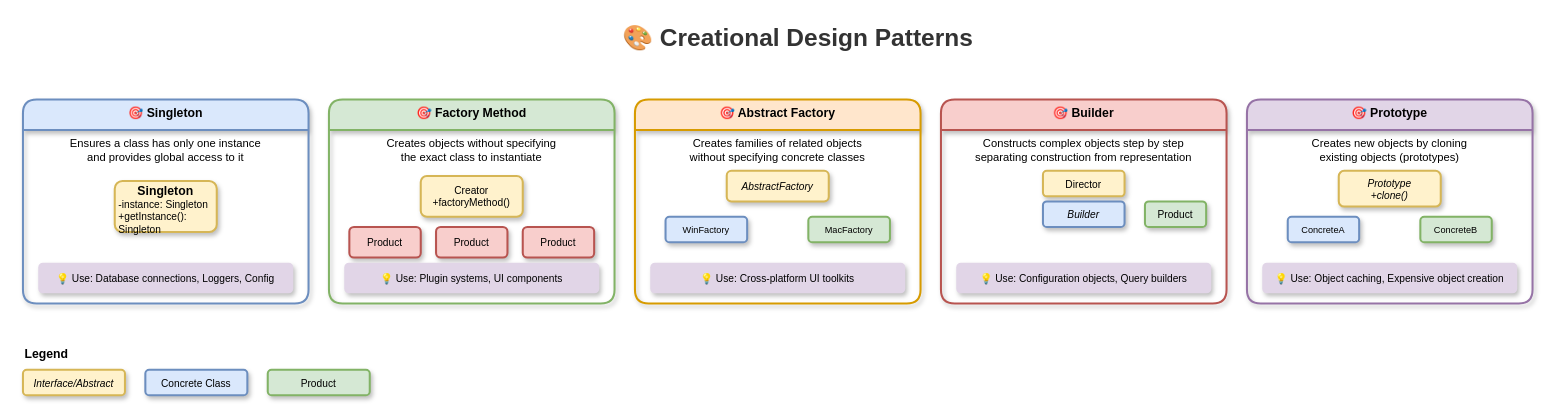
MrParkerZ7/document-lesson-software-architect-x-claude keeps this draw.io diagram as lesson-01-software-design-architecture/01-design-patterns/1.1-creational-patterns-overview.drawio. Above is the earlier version. Source tidied: cells renumbered, new cells numbered last; positions are measured from the earlier drawing's top-left corner, leaving out a move shared by most shapes. Both pictures are drawn from the tidied source at 102%, with x=0, y=0 at pixel (22, 17).
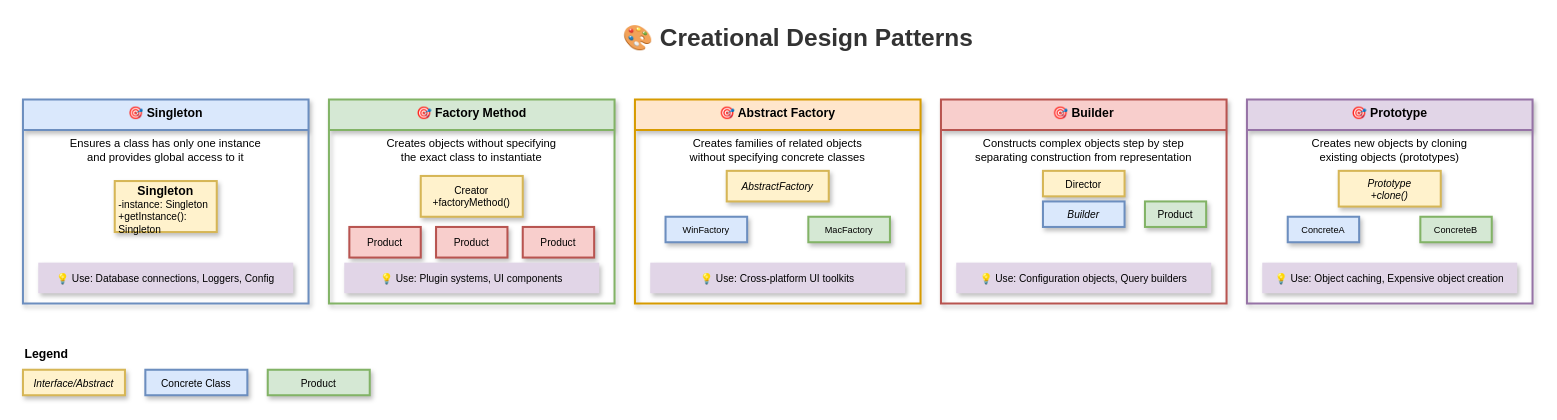
After the change.

The edit, as a diff of the source:
```diff
@@
-    <mxCell id="3" value="🎯 Singleton" style="swimlane;fontStyle=1;align=center;verticalAlign=top;horizontal=1;startSize=30;fillColor=#dae8fc;strokeColor=#6c8ebf;shadow=1;strokeWidth=2;rounded=1;" parent="1" vertex="1">
+    <mxCell id="3" value="🎯 Singleton" style="swimlane;fontStyle=1;align=center;verticalAlign=top;horizontal=1;startSize=30;fillColor=#dae8fc;strokeColor=#6c8ebf;shadow=1;strokeWidth=2;rounded=0;" parent="1" vertex="1">
       <mxGeometry y="80" width="280" height="200" as="geometry" />
     </mxCell>
@@
-    <mxCell id="5" style="rounded=1;whiteSpace=wrap;html=1;fillColor=#fff2cc;strokeColor=#d6b656;shadow=1;strokeWidth=2;" parent="3" vertex="1">
+    <mxCell id="5" style="rounded=0;whiteSpace=wrap;html=1;fillColor=#fff2cc;strokeColor=#d6b656;shadow=1;strokeWidth=2;" parent="3" vertex="1">
       <mxGeometry x="90" y="80" width="100" height="50" as="geometry" />
     </mxCell>
@@
-    <mxCell id="8" value="💡 Use: Database connections, Loggers, Config" style="text;html=1;strokeColor=none;fillColor=#e1d5e7;align=center;verticalAlign=middle;whiteSpace=wrap;rounded=1;fontSize=10;shadow=1;strokeWidth=2;" parent="3" vertex="1">
+    <mxCell id="8" value="💡 Use: Database connections, Loggers, Config" style="text;html=1;strokeColor=none;fillColor=#e1d5e7;align=center;verticalAlign=middle;whiteSpace=wrap;rounded=0;fontSize=10;shadow=1;strokeWidth=2;" parent="3" vertex="1">
       <mxGeometry x="15" y="160" width="250" height="30" as="geometry" />
     </mxCell>
-    <mxCell id="9" value="🎯 Factory Method" style="swimlane;fontStyle=1;align=center;verticalAlign=top;horizontal=1;startSize=30;fillColor=#d5e8d4;strokeColor=#82b366;shadow=1;strokeWidth=2;rounded=1;" parent="1" vertex="1">
+    <mxCell id="9" value="🎯 Factory Method" style="swimlane;fontStyle=1;align=center;verticalAlign=top;horizontal=1;startSize=30;fillColor=#d5e8d4;strokeColor=#82b366;shadow=1;strokeWidth=2;rounded=0;" parent="1" vertex="1">
       <mxGeometry x="300" y="80" width="280" height="200" as="geometry" />
     </mxCell>
@@
-    <mxCell id="11" value="Creator&#10;+factoryMethod()" style="rounded=1;whiteSpace=wrap;html=1;fillColor=#fff2cc;strokeColor=#d6b656;shadow=1;strokeWidth=2;fontSize=10;" parent="9" vertex="1">
+    <mxCell id="11" value="Creator&#10;+factoryMethod()" style="rounded=0;whiteSpace=wrap;html=1;fillColor=#fff2cc;strokeColor=#d6b656;shadow=1;strokeWidth=2;fontSize=10;" parent="9" vertex="1">
       <mxGeometry x="90" y="75" width="100" height="40" as="geometry" />
     </mxCell>
-    <mxCell id="12" value="Product" style="rounded=1;whiteSpace=wrap;html=1;fillColor=#f8cecc;strokeColor=#b85450;shadow=1;strokeWidth=2;fontSize=10;" parent="9" vertex="1">
+    <mxCell id="12" value="Product" style="rounded=0;whiteSpace=wrap;html=1;fillColor=#f8cecc;strokeColor=#b85450;shadow=1;strokeWidth=2;fontSize=10;" parent="9" vertex="1">
       <mxGeometry x="20" y="125" width="70" height="30" as="geometry" />
     </mxCell>
-    <mxCell id="13" value="Product" style="rounded=1;whiteSpace=wrap;html=1;fillColor=#f8cecc;strokeColor=#b85450;shadow=1;strokeWidth=2;fontSize=10;" parent="9" vertex="1">
+    <mxCell id="13" value="Product" style="rounded=0;whiteSpace=wrap;html=1;fillColor=#f8cecc;strokeColor=#b85450;shadow=1;strokeWidth=2;fontSize=10;" parent="9" vertex="1">
       <mxGeometry x="105" y="125" width="70" height="30" as="geometry" />
     </mxCell>
-    <mxCell id="14" value="Product" style="rounded=1;whiteSpace=wrap;html=1;fillColor=#f8cecc;strokeColor=#b85450;shadow=1;strokeWidth=2;fontSize=10;" parent="9" vertex="1">
+    <mxCell id="14" value="Product" style="rounded=0;whiteSpace=wrap;html=1;fillColor=#f8cecc;strokeColor=#b85450;shadow=1;strokeWidth=2;fontSize=10;" parent="9" vertex="1">
       <mxGeometry x="190" y="125" width="70" height="30" as="geometry" />
     </mxCell>
-    <mxCell id="15" value="💡 Use: Plugin systems, UI components" style="text;html=1;strokeColor=none;fillColor=#e1d5e7;align=center;verticalAlign=middle;whiteSpace=wrap;rounded=1;fontSize=10;shadow=1;strokeWidth=2;" parent="9" vertex="1">
+    <mxCell id="15" value="💡 Use: Plugin systems, UI components" style="text;html=1;strokeColor=none;fillColor=#e1d5e7;align=center;verticalAlign=middle;whiteSpace=wrap;rounded=0;fontSize=10;shadow=1;strokeWidth=2;" parent="9" vertex="1">
       <mxGeometry x="15" y="160" width="250" height="30" as="geometry" />
     </mxCell>
-    <mxCell id="16" value="🎯 Abstract Factory" style="swimlane;fontStyle=1;align=center;verticalAlign=top;horizontal=1;startSize=30;fillColor=#ffe6cc;strokeColor=#d79b00;shadow=1;strokeWidth=2;rounded=1;" parent="1" vertex="1">
+    <mxCell id="16" value="🎯 Abstract Factory" style="swimlane;fontStyle=1;align=center;verticalAlign=top;horizontal=1;startSize=30;fillColor=#ffe6cc;strokeColor=#d79b00;shadow=1;strokeWidth=2;rounded=0;" parent="1" vertex="1">
       <mxGeometry x="600" y="80" width="280" height="200" as="geometry" />
     </mxCell>
@@
-    <mxCell id="18" value="AbstractFactory" style="rounded=1;whiteSpace=wrap;html=1;fillColor=#fff2cc;strokeColor=#d6b656;shadow=1;strokeWidth=2;fontSize=10;fontStyle=2;" parent="16" vertex="1">
+    <mxCell id="18" value="AbstractFactory" style="rounded=0;whiteSpace=wrap;html=1;fillColor=#fff2cc;strokeColor=#d6b656;shadow=1;strokeWidth=2;fontSize=10;fontStyle=2;" parent="16" vertex="1">
       <mxGeometry x="90" y="70" width="100" height="30" as="geometry" />
     </mxCell>
-    <mxCell id="19" value="WinFactory" style="rounded=1;whiteSpace=wrap;html=1;fillColor=#dae8fc;strokeColor=#6c8ebf;shadow=1;strokeWidth=2;fontSize=9;" parent="16" vertex="1">
+    <mxCell id="19" value="WinFactory" style="rounded=0;whiteSpace=wrap;html=1;fillColor=#dae8fc;strokeColor=#6c8ebf;shadow=1;strokeWidth=2;fontSize=9;" parent="16" vertex="1">
       <mxGeometry x="30" y="115" width="80" height="25" as="geometry" />
     </mxCell>
-    <mxCell id="20" value="MacFactory" style="rounded=1;whiteSpace=wrap;html=1;fillColor=#d5e8d4;strokeColor=#82b366;shadow=1;strokeWidth=2;fontSize=9;" parent="16" vertex="1">
+    <mxCell id="20" value="MacFactory" style="rounded=0;whiteSpace=wrap;html=1;fillColor=#d5e8d4;strokeColor=#82b366;shadow=1;strokeWidth=2;fontSize=9;" parent="16" vertex="1">
       <mxGeometry x="170" y="115" width="80" height="25" as="geometry" />
     </mxCell>
-    <mxCell id="21" value="💡 Use: Cross-platform UI toolkits" style="text;html=1;strokeColor=none;fillColor=#e1d5e7;align=center;verticalAlign=middle;whiteSpace=wrap;rounded=1;fontSize=10;shadow=1;strokeWidth=2;" parent="16" vertex="1">
+    <mxCell id="21" value="💡 Use: Cross-platform UI toolkits" style="text;html=1;strokeColor=none;fillColor=#e1d5e7;align=center;verticalAlign=middle;whiteSpace=wrap;rounded=0;fontSize=10;shadow=1;strokeWidth=2;" parent="16" vertex="1">
       <mxGeometry x="15" y="160" width="250" height="30" as="geometry" />
     </mxCell>
-    <mxCell id="22" value="🎯 Builder" style="swimlane;fontStyle=1;align=center;verticalAlign=top;horizontal=1;startSize=30;fillColor=#f8cecc;strokeColor=#b85450;shadow=1;strokeWidth=2;rounded=1;" parent="1" vertex="1">
+    <mxCell id="22" value="🎯 Builder" style="swimlane;fontStyle=1;align=center;verticalAlign=top;horizontal=1;startSize=30;fillColor=#f8cecc;strokeColor=#b85450;shadow=1;strokeWidth=2;rounded=0;" parent="1" vertex="1">
       <mxGeometry x="900" y="80" width="280" height="200" as="geometry" />
     </mxCell>
@@
-    <mxCell id="24" value="Director" style="rounded=1;whiteSpace=wrap;html=1;fillColor=#fff2cc;strokeColor=#d6b656;shadow=1;strokeWidth=2;fontSize=10;" parent="22" vertex="1">
+    <mxCell id="24" value="Director" style="rounded=0;whiteSpace=wrap;html=1;fillColor=#fff2cc;strokeColor=#d6b656;shadow=1;strokeWidth=2;fontSize=10;" parent="22" vertex="1">
       <mxGeometry x="100" y="70" width="80" height="25" as="geometry" />
     </mxCell>
-    <mxCell id="25" value="Builder" style="rounded=1;whiteSpace=wrap;html=1;fillColor=#dae8fc;strokeColor=#6c8ebf;shadow=1;strokeWidth=2;fontSize=10;fontStyle=2;" parent="22" vertex="1">
+    <mxCell id="25" value="Builder" style="rounded=0;whiteSpace=wrap;html=1;fillColor=#dae8fc;strokeColor=#6c8ebf;shadow=1;strokeWidth=2;fontSize=10;fontStyle=2;" parent="22" vertex="1">
       <mxGeometry x="100" y="100" width="80" height="25" as="geometry" />
     </mxCell>
-    <mxCell id="26" value="Product" style="rounded=1;whiteSpace=wrap;html=1;fillColor=#d5e8d4;strokeColor=#82b366;shadow=1;strokeWidth=2;fontSize=10;" parent="22" vertex="1">
+    <mxCell id="26" value="Product" style="rounded=0;whiteSpace=wrap;html=1;fillColor=#d5e8d4;strokeColor=#82b366;shadow=1;strokeWidth=2;fontSize=10;" parent="22" vertex="1">
       <mxGeometry x="200" y="100" width="60" height="25" as="geometry" />
     </mxCell>
-    <mxCell id="27" value="💡 Use: Configuration objects, Query builders" style="text;html=1;strokeColor=none;fillColor=#e1d5e7;align=center;verticalAlign=middle;whiteSpace=wrap;rounded=1;fontSize=10;shadow=1;strokeWidth=2;" parent="22" vertex="1">
+    <mxCell id="27" value="💡 Use: Configuration objects, Query builders" style="text;html=1;strokeColor=none;fillColor=#e1d5e7;align=center;verticalAlign=middle;whiteSpace=wrap;rounded=0;fontSize=10;shadow=1;strokeWidth=2;" parent="22" vertex="1">
       <mxGeometry x="15" y="160" width="250" height="30" as="geometry" />
     </mxCell>
-    <mxCell id="28" value="🎯 Prototype" style="swimlane;fontStyle=1;align=center;verticalAlign=top;horizontal=1;startSize=30;fillColor=#e1d5e7;strokeColor=#9673a6;shadow=1;strokeWidth=2;rounded=1;" parent="1" vertex="1">
+    <mxCell id="28" value="🎯 Prototype" style="swimlane;fontStyle=1;align=center;verticalAlign=top;horizontal=1;startSize=30;fillColor=#e1d5e7;strokeColor=#9673a6;shadow=1;strokeWidth=2;rounded=0;" parent="1" vertex="1">
       <mxGeometry x="1200" y="80" width="280" height="200" as="geometry" />
     </mxCell>
@@
-    <mxCell id="30" value="Prototype&#10;+clone()" style="rounded=1;whiteSpace=wrap;html=1;fillColor=#fff2cc;strokeColor=#d6b656;shadow=1;strokeWidth=2;fontSize=10;fontStyle=2;" parent="28" vertex="1">
+    <mxCell id="30" value="Prototype&#10;+clone()" style="rounded=0;whiteSpace=wrap;html=1;fillColor=#fff2cc;strokeColor=#d6b656;shadow=1;strokeWidth=2;fontSize=10;fontStyle=2;" parent="28" vertex="1">
       <mxGeometry x="90" y="70" width="100" height="35" as="geometry" />
     </mxCell>
-    <mxCell id="31" value="ConcreteA" style="rounded=1;whiteSpace=wrap;html=1;fillColor=#dae8fc;strokeColor=#6c8ebf;shadow=1;strokeWidth=2;fontSize=9;" parent="28" vertex="1">
+    <mxCell id="31" value="ConcreteA" style="rounded=0;whiteSpace=wrap;html=1;fillColor=#dae8fc;strokeColor=#6c8ebf;shadow=1;strokeWidth=2;fontSize=9;" parent="28" vertex="1">
       <mxGeometry x="40" y="115" width="70" height="25" as="geometry" />
     </mxCell>
-    <mxCell id="32" value="ConcreteB" style="rounded=1;whiteSpace=wrap;html=1;fillColor=#d5e8d4;strokeColor=#82b366;shadow=1;strokeWidth=2;fontSize=9;" parent="28" vertex="1">
+    <mxCell id="32" value="ConcreteB" style="rounded=0;whiteSpace=wrap;html=1;fillColor=#d5e8d4;strokeColor=#82b366;shadow=1;strokeWidth=2;fontSize=9;" parent="28" vertex="1">
       <mxGeometry x="170" y="115" width="70" height="25" as="geometry" />
     </mxCell>
-    <mxCell id="33" value="💡 Use: Object caching, Expensive object creation" style="text;html=1;strokeColor=none;fillColor=#e1d5e7;align=center;verticalAlign=middle;whiteSpace=wrap;rounded=1;fontSize=10;shadow=1;strokeWidth=2;" parent="28" vertex="1">
+    <mxCell id="33" value="💡 Use: Object caching, Expensive object creation" style="text;html=1;strokeColor=none;fillColor=#e1d5e7;align=center;verticalAlign=middle;whiteSpace=wrap;rounded=0;fontSize=10;shadow=1;strokeWidth=2;" parent="28" vertex="1">
       <mxGeometry x="15" y="160" width="250" height="30" as="geometry" />
     </mxCell>
@@
-    <mxCell id="35" value="Interface/Abstract" style="rounded=1;whiteSpace=wrap;html=1;fillColor=#fff2cc;strokeColor=#d6b656;shadow=1;strokeWidth=2;fontSize=10;fontStyle=2;" parent="1" vertex="1">
+    <mxCell id="35" value="Interface/Abstract" style="rounded=0;whiteSpace=wrap;html=1;fillColor=#fff2cc;strokeColor=#d6b656;shadow=1;strokeWidth=2;fontSize=10;fontStyle=2;" parent="1" vertex="1">
       <mxGeometry y="345" width="100" height="25" as="geometry" />
     </mxCell>
-    <mxCell id="36" value="Concrete Class" style="rounded=1;whiteSpace=wrap;html=1;fillColor=#dae8fc;strokeColor=#6c8ebf;shadow=1;strokeWidth=2;fontSize=10;" parent="1" vertex="1">
+    <mxCell id="36" value="Concrete Class" style="rounded=0;whiteSpace=wrap;html=1;fillColor=#dae8fc;strokeColor=#6c8ebf;shadow=1;strokeWidth=2;fontSize=10;" parent="1" vertex="1">
       <mxGeometry x="120" y="345" width="100" height="25" as="geometry" />
     </mxCell>
-    <mxCell id="37" value="Product" style="rounded=1;whiteSpace=wrap;html=1;fillColor=#d5e8d4;strokeColor=#82b366;shadow=1;strokeWidth=2;fontSize=10;" parent="1" vertex="1">
+    <mxCell id="37" value="Product" style="rounded=0;whiteSpace=wrap;html=1;fillColor=#d5e8d4;strokeColor=#82b366;shadow=1;strokeWidth=2;fontSize=10;" parent="1" vertex="1">
       <mxGeometry x="240" y="345" width="100" height="25" as="geometry" />
     </mxCell>
```
